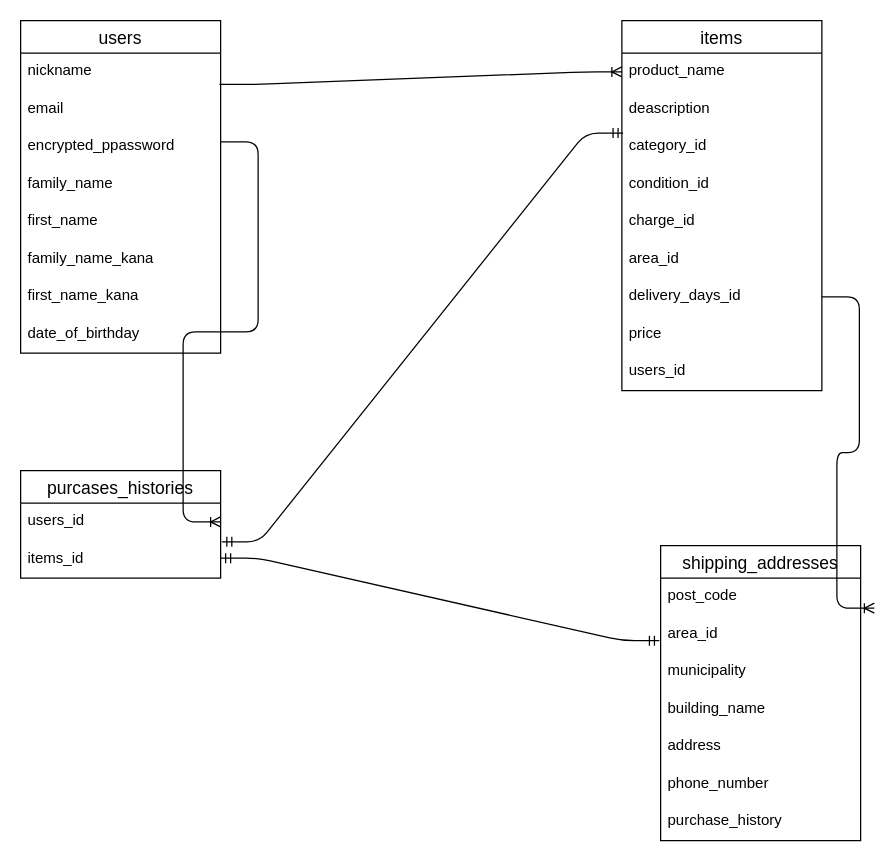
Earlier version of the draw.io diagram furima.dio (hongotakahiro/furima-38360). Source tidied: cells renumbered, new cells numbered last; positions are measured from the earlier drawing's top-left corner, leaving out a move shared by most shapes. Both pictures are drawn from the tidied source at 125%, with x=0, y=0 at pixel (20, 20).
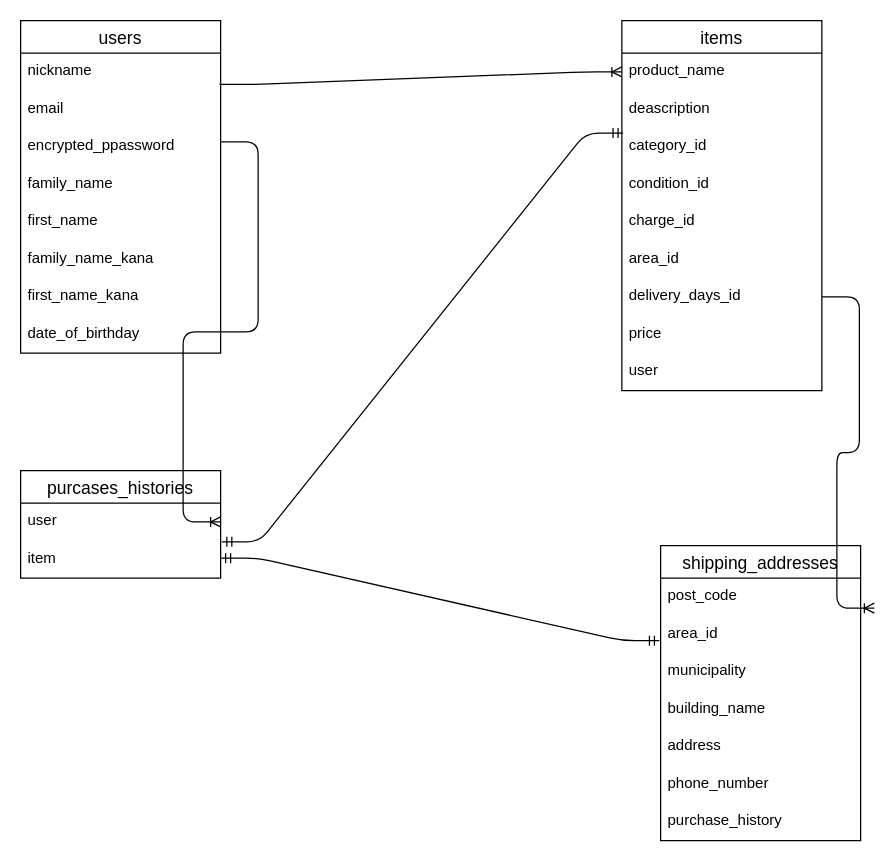
The same diagram, later.

Commit message:
テーブル設計　修正６

Unchanged cells that the change refers to:
```xml
<mxCell id="11" value="items" style="swimlane;fontStyle=0;horizontal=1;startSize=26;align=center;fontSize=14;" parent="1" vertex="1">
  <mxGeometry x="481" width="160" height="296" as="geometry" />
</mxCell>
<mxCell id="21" value="purcases_histories" style="swimlane;fontStyle=0;horizontal=1;startSize=26;align=center;fontSize=14;" parent="1" vertex="1">
  <mxGeometry y="360" width="160" height="86" as="geometry" />
</mxCell>
```

Diff of the diagram source:
```diff
@@
-    <mxCell id="20" value="users_id" style="text;strokeColor=none;fillColor=none;spacingLeft=4;spacingRight=4;overflow=hidden;fontSize=12;" parent="11" vertex="1">
+    <mxCell id="20" value="user" style="text;strokeColor=none;fillColor=none;spacingLeft=4;spacingRight=4;overflow=hidden;fontSize=12;" parent="11" vertex="1">
       <mxGeometry y="266" width="160" height="30" as="geometry" />
     </mxCell>
@@
-    <mxCell id="22" value="users_id" style="text;strokeColor=none;fillColor=none;spacingLeft=4;spacingRight=4;overflow=hidden;points=[[0,0.5],[1,0.5]];portConstraint=eastwest;fontSize=12;" parent="21" vertex="1">
+    <mxCell id="22" value="user" style="text;strokeColor=none;fillColor=none;spacingLeft=4;spacingRight=4;overflow=hidden;points=[[0,0.5],[1,0.5]];portConstraint=eastwest;fontSize=12;" parent="21" vertex="1">
       <mxGeometry y="26" width="160" height="30" as="geometry" />
     </mxCell>
-    <mxCell id="23" value="items_id" style="text;strokeColor=none;fillColor=none;spacingLeft=4;spacingRight=4;overflow=hidden;fontSize=12;" parent="21" vertex="1">
+    <mxCell id="23" value="item" style="text;strokeColor=none;fillColor=none;spacingLeft=4;spacingRight=4;overflow=hidden;fontSize=12;" parent="21" vertex="1">
       <mxGeometry y="56" width="160" height="30" as="geometry" />
     </mxCell>
```
